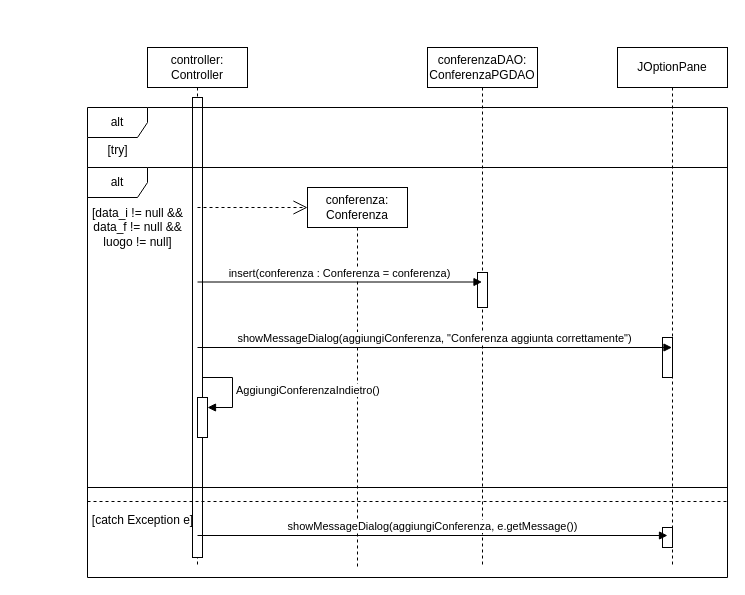
The draw.io diagram UML-DB/SequenceAggiungiConferenza.drawio in LeoCucurachi/GestioneConferenze, before the edit. Source tidied: cells renumbered, new cells numbered last; positions are measured from the earlier drawing's top-left corner, leaving out a move shared by most shapes. Both pictures are drawn from the tidied source at 100%, with x=0, y=0 at pixel (82, 47).
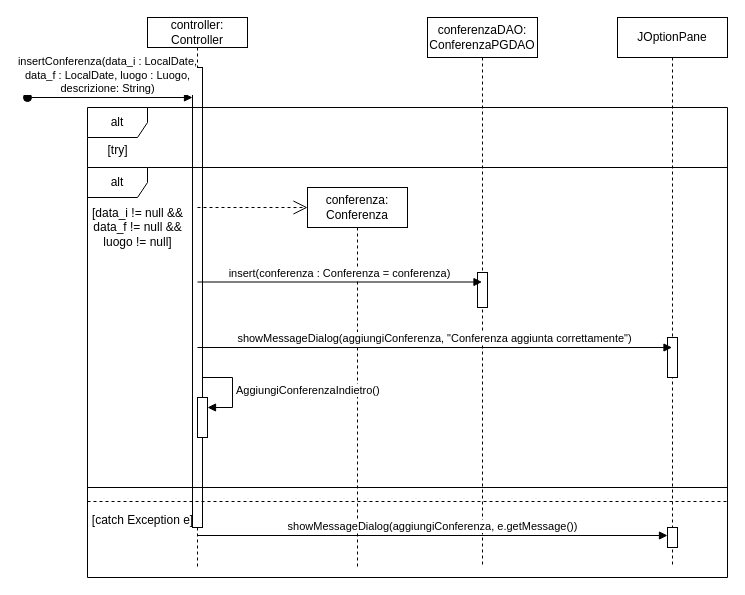
Above is the later version.

What changed in the source:
```diff
@@
-    <mxCell id="2" value="controller:&lt;br&gt;Controller" style="shape=umlLifeline;perimeter=lifelinePerimeter;whiteSpace=wrap;html=1;newEdgeStyle={&quot;curved&quot;:0,&quot;rounded&quot;:0};" parent="1" vertex="1">
-      <mxGeometry x="65" width="100" height="520" as="geometry" />
+    <mxCell id="2" value="controller:&lt;br&gt;Controller" style="shape=umlLifeline;perimeter=lifelinePerimeter;whiteSpace=wrap;html=1;newEdgeStyle={&quot;curved&quot;:0,&quot;rounded&quot;:0};size=30;" parent="1" vertex="1">
+      <mxGeometry x="65" y="-30" width="100" height="550" as="geometry" />
     </mxCell>
@@
     <mxCell id="12" value="conferenzaDAO:&lt;br&gt;ConferenzaPGDAO" style="shape=umlLifeline;perimeter=lifelinePerimeter;whiteSpace=wrap;html=1;outlineConnect=0;portConstraint=eastwest;newEdgeStyle={&quot;curved&quot;:0,&quot;rounded&quot;:0};" parent="1" vertex="1">
-      <mxGeometry x="345" width="110" height="520" as="geometry" />
+      <mxGeometry x="345" y="-30" width="110" height="550" as="geometry" />
     </mxCell>
     <mxCell id="13" style="html=1;perimeter=orthogonalPerimeter;targetShapes=umlLifeline;newEdgeStyle={&quot;curved&quot;:0,&quot;rounded&quot;:0};" parent="12" vertex="1">
-      <mxGeometry x="50" y="225" width="10" height="35" as="geometry" />
+      <mxGeometry x="50" y="255" width="10" height="35" as="geometry" />
     </mxCell>
@@
     <mxCell id="15" value="JOptionPane" style="shape=umlLifeline;perimeter=lifelinePerimeter;whiteSpace=wrap;html=1;outlineConnect=0;portConstraint=eastwest;newEdgeStyle={&quot;curved&quot;:0,&quot;rounded&quot;:0};" parent="1" vertex="1">
-      <mxGeometry x="535" width="110" height="520" as="geometry" />
+      <mxGeometry x="535" y="-30" width="110" height="550" as="geometry" />
     </mxCell>
     <mxCell id="16" style="html=1;perimeter=orthogonalPerimeter;targetShapes=umlLifeline;newEdgeStyle={&quot;curved&quot;:0,&quot;rounded&quot;:0};" parent="15" vertex="1">
-      <mxGeometry x="45" y="290" width="10" height="40" as="geometry" />
+      <mxGeometry x="50" y="320" width="10" height="40" as="geometry" />
     </mxCell>
     <mxCell id="17" style="html=1;perimeter=orthogonalPerimeter;targetShapes=umlLifeline;newEdgeStyle={&quot;curved&quot;:0,&quot;rounded&quot;:0};" parent="15" vertex="1">
-      <mxGeometry x="45" y="480" width="10" height="20" as="geometry" />
+      <mxGeometry x="50" y="510" width="10" height="20" as="geometry" />
     </mxCell>
@@
+    <mxCell id="22" value="insertConferenza(data_i : LocalDate,&lt;br&gt;data_f : LocalDate, luogo : Luogo,&lt;br&gt;descrizione: String)" style="html=1;verticalAlign=bottom;startArrow=oval;startFill=1;endArrow=block;startSize=8;curved=0;rounded=0;" parent="1" edge="1">
+      <mxGeometry x="-0.03" relative="1" as="geometry">
+        <mxPoint x="-55" y="50" as="sourcePoint" />
+        <mxPoint x="110" y="50" as="targetPoint" />
+      </mxGeometry>
+    </mxCell>
```
